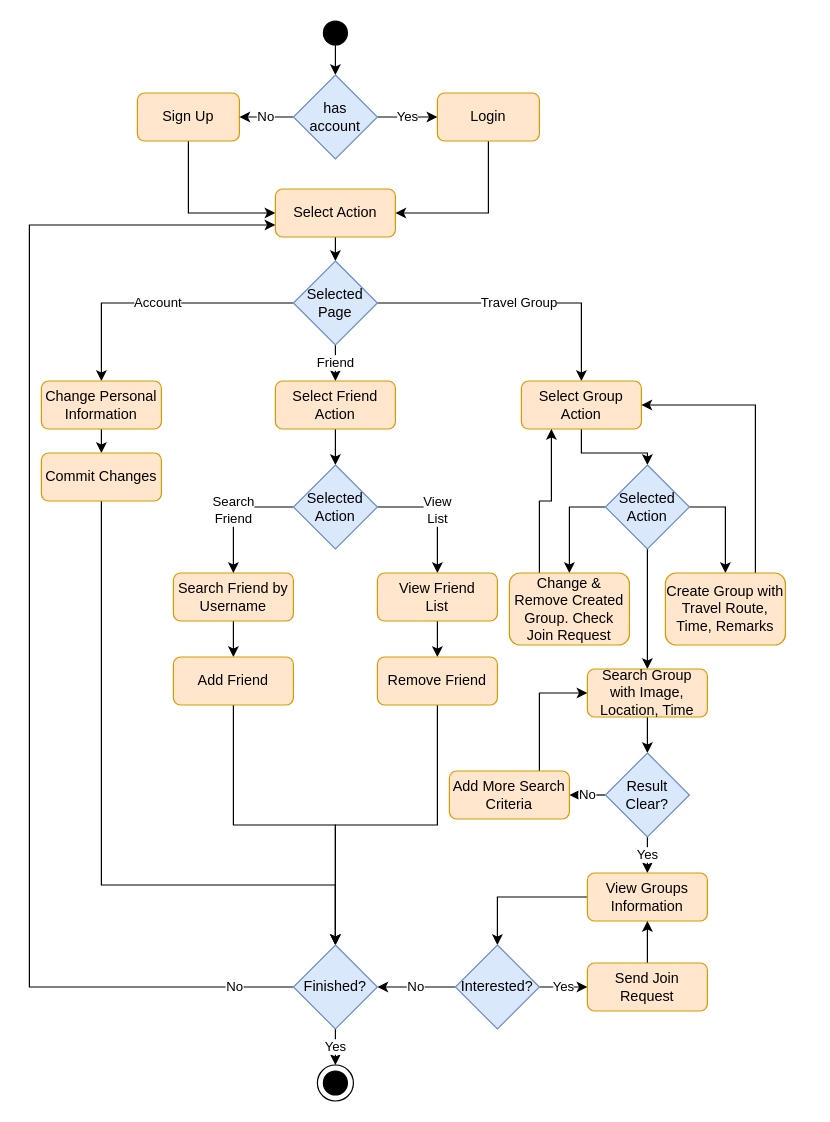
RyanStark223232/New-Repo keeps this draw.io diagram as Untitled Diagram.drawio. Above is the earlier version. Source tidied: cells renumbered, new cells numbered last; positions are measured from the earlier drawing's top-left corner, leaving out a move shared by most shapes. Both pictures are drawn from the tidied source at 120%, with x=0, y=0 at pixel (29, 20).
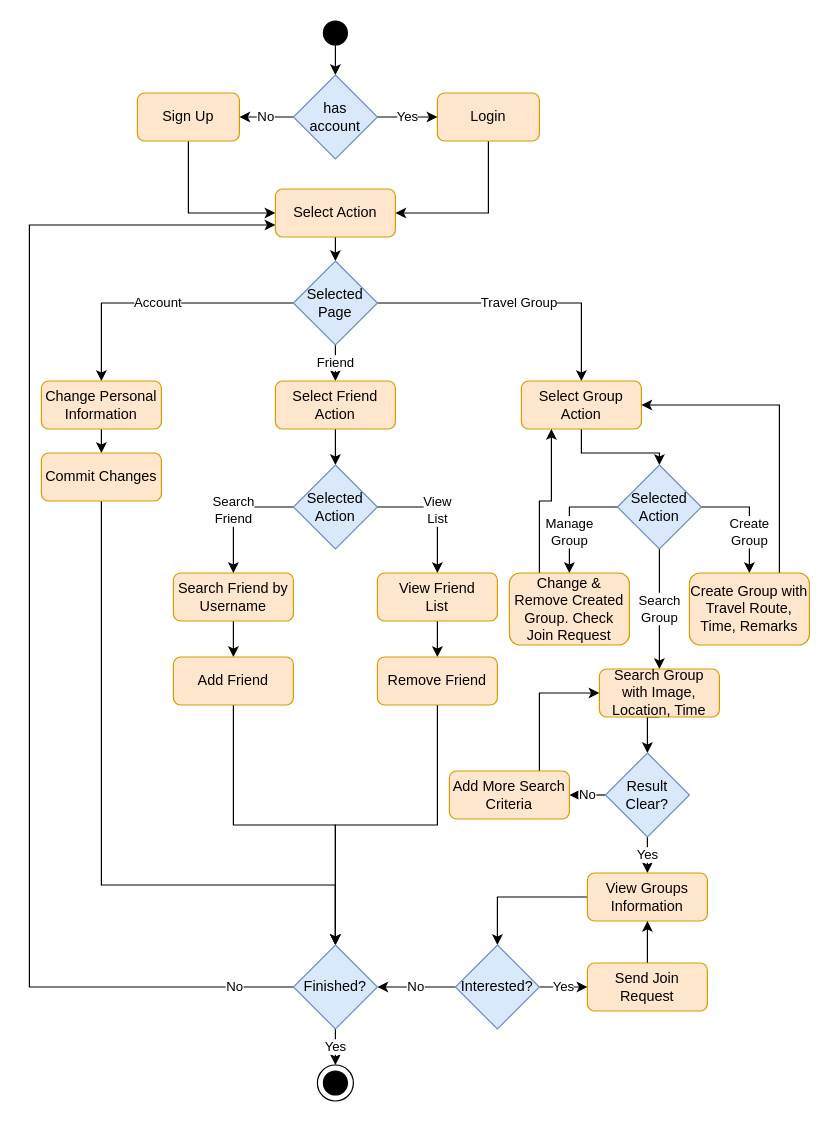
Above is the later version.

The change refers to these unchanged cells:
```xml
<mxCell id="43" value="Change &amp;amp; Remove Created Group. Check Join Request" style="rounded=1;whiteSpace=wrap;html=1;fillColor=#ffe6cc;strokeColor=#d79b00;" parent="1" vertex="1">
  <mxGeometry x="400" y="460" width="100" height="60" as="geometry" />
</mxCell>
```

What changed in the source:
```diff
@@
-    <mxCell id="30" style="edgeStyle=orthogonalEdgeStyle;rounded=0;jettySize=auto;html=1;exitX=1;exitY=0.5;exitDx=0;exitDy=0;entryX=0.5;entryY=0;entryDx=0;entryDy=0;" parent="1" edge="1" source="33" target="45">
-      <mxGeometry relative="1" as="geometry" />
+    <mxCell id="30" value="Create&lt;br&gt;Group" style="edgeStyle=orthogonalEdgeStyle;rounded=0;jettySize=auto;html=1;exitX=1;exitY=0.5;exitDx=0;exitDy=0;entryX=0.5;entryY=0;entryDx=0;entryDy=0;" parent="1" edge="1" source="33" target="45">
+      <mxGeometry x="0.29" relative="1" as="geometry" />
     </mxCell>
-    <mxCell id="31" style="edgeStyle=orthogonalEdgeStyle;rounded=0;jettySize=auto;html=1;exitX=0;exitY=0.5;exitDx=0;exitDy=0;entryX=0.5;entryY=0;entryDx=0;entryDy=0;" parent="1" edge="1" source="33" target="43">
-      <mxGeometry relative="1" as="geometry" />
+    <mxCell id="31" value="Manage&lt;br&gt;Group" style="edgeStyle=orthogonalEdgeStyle;rounded=0;jettySize=auto;html=1;exitX=0;exitY=0.5;exitDx=0;exitDy=0;entryX=0.5;entryY=0;entryDx=0;entryDy=0;" parent="1" edge="1" source="33" target="43">
+      <mxGeometry x="0.29" relative="1" as="geometry" />
     </mxCell>
-    <mxCell id="32" style="edgeStyle=orthogonalEdgeStyle;rounded=0;jettySize=auto;html=1;exitX=0.5;exitY=1;exitDx=0;exitDy=0;entryX=0.5;entryY=0;entryDx=0;entryDy=0;" parent="1" edge="1" source="33" target="41">
+    <mxCell id="32" value="Search&lt;br&gt;Group" style="edgeStyle=orthogonalEdgeStyle;rounded=0;jettySize=auto;html=1;exitX=0.5;exitY=1;exitDx=0;exitDy=0;entryX=0.5;entryY=0;entryDx=0;entryDy=0;" parent="1" edge="1" source="33" target="41">
       <mxGeometry relative="1" as="geometry" />
     </mxCell>
     <mxCell id="33" value="Selected&lt;br&gt;Action" style="rhombus;whiteSpace=wrap;html=1;fillColor=#dae8fc;strokeColor=#6c8ebf;" parent="1" vertex="1">
-      <mxGeometry x="480" y="370" width="70" height="70" as="geometry" />
+      <mxGeometry x="490" y="370" width="70" height="70" as="geometry" />
     </mxCell>
@@
     <mxCell id="41" value="Search Group with Image, Location, Time" style="rounded=1;whiteSpace=wrap;html=1;fillColor=#ffe6cc;strokeColor=#d79b00;" parent="1" vertex="1">
-      <mxGeometry x="465" y="540" width="100" height="40" as="geometry" />
+      <mxGeometry x="475" y="540" width="100" height="40" as="geometry" />
     </mxCell>
@@
     <mxCell id="45" value="Create Group with Travel Route, Time, Remarks" style="rounded=1;whiteSpace=wrap;html=1;fillColor=#ffe6cc;strokeColor=#d79b00;" parent="1" vertex="1">
-      <mxGeometry x="530" y="460" width="100" height="60" as="geometry" />
+      <mxGeometry x="550" y="460" width="100" height="60" as="geometry" />
     </mxCell>
```
